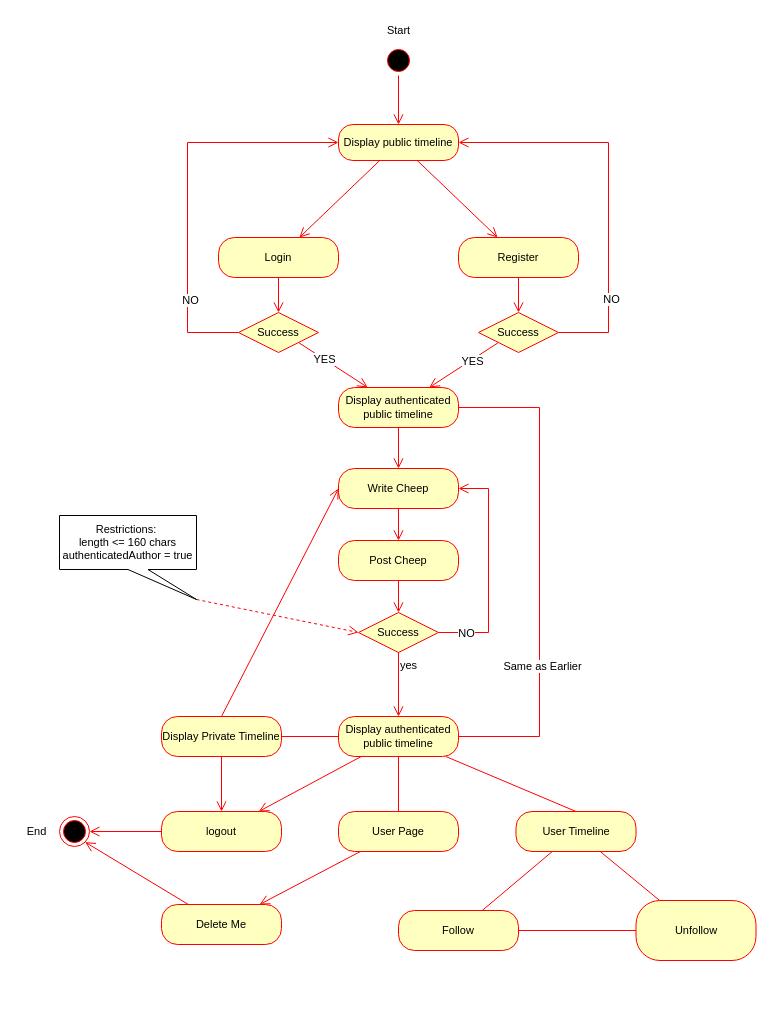
Before: docs/images/UserJourney.drawio in ITU-BDSA23-GROUP22/Chirp, a draw.io diagram. Source tidied: cells renumbered, new cells numbered last; positions are measured from the earlier drawing's top-left corner, leaving out a move shared by most shapes. Both pictures are drawn from the tidied source at 100%, with x=0, y=0 at pixel (17, 17).
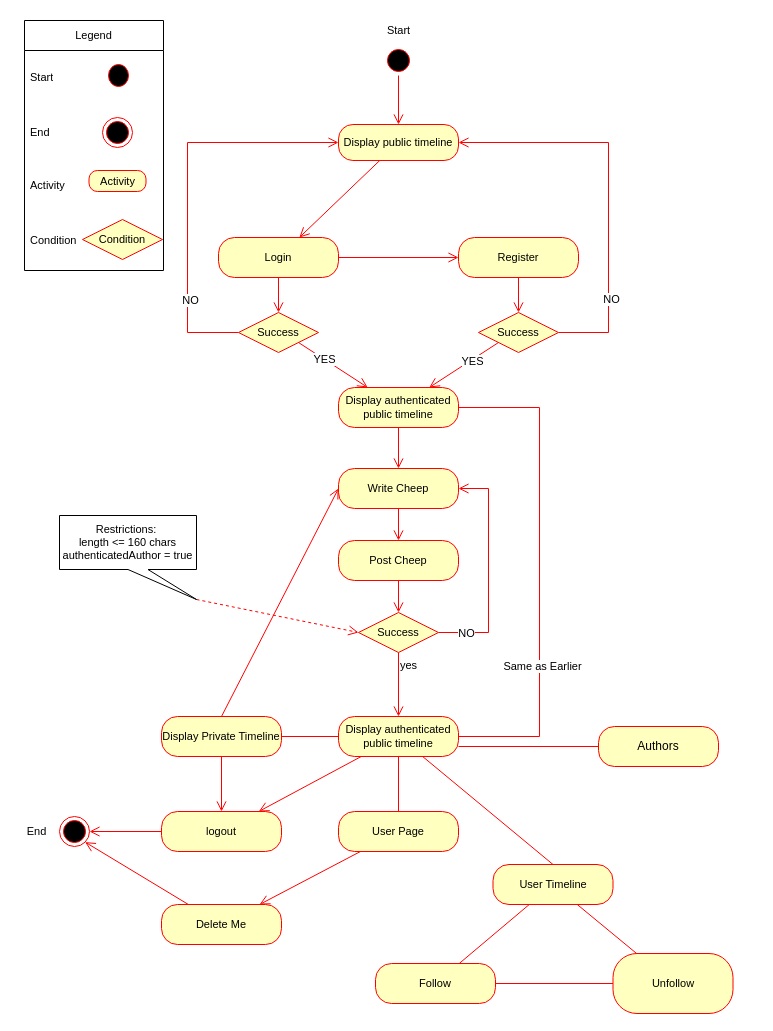
The same page after the edit.

The change refers to these unchanged cells:
```xml
<mxCell id="6" value="Display public timeline" style="rounded=1;whiteSpace=wrap;html=1;arcSize=40;fontColor=#000000;fillColor=#ffffc0;strokeColor=#ff0000;fontFamily=Helvetica;fontSize=11;" parent="1" vertex="1">
  <mxGeometry x="321" y="107" width="120" height="36" as="geometry" />
</mxCell>
<mxCell id="8" value="Login" style="rounded=1;whiteSpace=wrap;html=1;arcSize=40;fontColor=#000000;fillColor=#ffffc0;strokeColor=#ff0000;fontFamily=Helvetica;fontSize=11;" parent="1" vertex="1">
  <mxGeometry x="201" y="220" width="120" height="40" as="geometry" />
</mxCell>
<mxCell id="10" value="Register" style="rounded=1;whiteSpace=wrap;html=1;arcSize=40;fontColor=#000000;fillColor=#ffffc0;strokeColor=#ff0000;fontFamily=Helvetica;fontSize=11;" parent="1" vertex="1">
  <mxGeometry x="441" y="220" width="120" height="40" as="geometry" />
</mxCell>
<mxCell id="40" value="Display authenticated public timeline" style="rounded=1;whiteSpace=wrap;html=1;arcSize=40;fontColor=#000000;fillColor=#ffffc0;strokeColor=#ff0000;fontFamily=Helvetica;fontSize=11;" parent="1" vertex="1">
  <mxGeometry x="321" y="699" width="120" height="40" as="geometry" />
</mxCell>
```

What changed in the source:
```diff
@@
-    <mxCell id="5" style="edgeStyle=none;shape=connector;rounded=0;jettySize=auto;html=1;labelBackgroundColor=default;strokeColor=#ff0000;align=center;verticalAlign=bottom;fontFamily=Helvetica;fontSize=11;fontColor=default;endArrow=open;endSize=8;" parent="1" edge="1" source="6" target="10">
-      <mxGeometry relative="1" as="geometry" />
-    </mxCell>
@@
+    <mxCell id="58" style="edgeStyle=orthogonalEdgeStyle;rounded=0;jettySize=auto;html=1;endArrow=open;verticalAlign=bottom;strokeColor=#ff0000;endSize=8;" parent="1" edge="1" source="8" target="10">
+      <mxGeometry relative="1" as="geometry" />
+    </mxCell>
@@
+    <mxCell id="59" style="rounded=0;jettySize=auto;html=1;exitX=1;exitY=0.75;exitDx=0;exitDy=0;endArrow=none;verticalAlign=bottom;strokeColor=#ff0000;endSize=8;endFill=0;" parent="1" edge="1" source="40" target="60">
+      <mxGeometry relative="1" as="geometry" />
+    </mxCell>
@@
     <mxCell id="49" value="User Timeline" style="rounded=1;whiteSpace=wrap;html=1;arcSize=40;fontColor=#000000;fillColor=#ffffc0;strokeColor=#ff0000;fontFamily=Helvetica;fontSize=11;" parent="1" vertex="1">
-      <mxGeometry x="498.5" y="794" width="120" height="40" as="geometry" />
+      <mxGeometry x="475.5" y="847" width="120" height="40" as="geometry" />
     </mxCell>
@@
     <mxCell id="55" value="Follow" style="rounded=1;whiteSpace=wrap;html=1;arcSize=40;fontColor=#000000;fillColor=#ffffc0;strokeColor=#ff0000;fontFamily=Helvetica;fontSize=11;" parent="1" vertex="1">
-      <mxGeometry x="381" y="893" width="120" height="40" as="geometry" />
+      <mxGeometry x="358" y="946" width="120" height="40" as="geometry" />
     </mxCell>
@@
     <mxCell id="57" value="Unfollow" style="whiteSpace=wrap;html=1;fontSize=11;fillColor=#ffffc0;strokeColor=#ff0000;fontColor=#000000;rounded=1;arcSize=40;" parent="1" vertex="1">
-      <mxGeometry x="618.5" y="883" width="120" height="60" as="geometry" />
+      <mxGeometry x="595.5" y="936" width="120" height="60" as="geometry" />
     </mxCell>
+    <mxCell id="60" value="Authors" style="rounded=1;whiteSpace=wrap;html=1;arcSize=40;fontColor=#000000;fillColor=#ffffc0;strokeColor=#ff0000;" parent="1" vertex="1">
+      <mxGeometry x="581" y="709" width="120" height="40" as="geometry" />
+    </mxCell>
+    <mxCell id="61" value="Legend" style="swimlane;fontStyle=0;horizontal=1;startSize=30;whiteSpace=wrap;html=1;fontFamily=Helvetica;fontSize=11;fontColor=default;" parent="1" vertex="1">
+      <mxGeometry x="7" y="3" width="139" height="250" as="geometry" />
+    </mxCell>
+    <mxCell id="62" value="Start" style="text;strokeColor=none;fillColor=none;align=left;verticalAlign=middle;spacingLeft=4;spacingRight=4;overflow=hidden;whiteSpace=wrap;html=1;fontSize=11;fontFamily=Helvetica;fontColor=default;" parent="61" vertex="1">
+      <mxGeometry y="30" width="139" height="54" as="geometry" />
+    </mxCell>
+    <mxCell id="63" value="End" style="text;strokeColor=none;fillColor=none;align=left;verticalAlign=middle;spacingLeft=4;spacingRight=4;overflow=hidden;whiteSpace=wrap;html=1;fontSize=11;fontFamily=Helvetica;fontColor=default;" parent="61" vertex="1">
+      <mxGeometry y="84" width="139" height="56" as="geometry" />
+    </mxCell>
+    <mxCell id="64" value="Activity" style="text;strokeColor=none;fillColor=none;align=left;verticalAlign=middle;spacingLeft=4;spacingRight=4;overflow=hidden;whiteSpace=wrap;html=1;fontSize=11;fontFamily=Helvetica;fontColor=default;" parent="61" vertex="1">
+      <mxGeometry y="140" width="139" height="50" as="geometry" />
+    </mxCell>
+    <mxCell id="65" value="Condition" style="text;strokeColor=none;fillColor=none;align=left;verticalAlign=middle;spacingLeft=4;spacingRight=4;overflow=hidden;whiteSpace=wrap;html=1;fontSize=11;fontFamily=Helvetica;fontColor=default;" parent="61" vertex="1">
+      <mxGeometry y="190" width="139" height="60" as="geometry" />
+    </mxCell>
+    <mxCell id="66" style="ellipse;html=1;shape=startState;fillColor=#000000;strokeColor=#ff0000;fontFamily=Helvetica;fontSize=11;fontColor=default;" parent="1" vertex="1">
+      <mxGeometry x="87" y="43" width="28" height="30" as="geometry" />
+    </mxCell>
+    <mxCell id="67" style="ellipse;html=1;shape=endState;fillColor=#000000;strokeColor=#ff0000;fontFamily=Helvetica;fontSize=11;fontColor=default;" parent="1" vertex="1">
+      <mxGeometry x="85" y="100" width="30" height="30" as="geometry" />
+    </mxCell>
+    <mxCell id="68" value="Activity" style="rounded=1;whiteSpace=wrap;html=1;arcSize=40;fontColor=#000000;fillColor=#ffffc0;strokeColor=#ff0000;fontFamily=Helvetica;fontSize=11;" parent="1" vertex="1">
+      <mxGeometry x="71.5" y="153" width="57" height="21" as="geometry" />
+    </mxCell>
+    <mxCell id="69" value="Condition" style="rhombus;whiteSpace=wrap;html=1;fontColor=#000000;fillColor=#ffffc0;strokeColor=#ff0000;fontFamily=Helvetica;fontSize=11;" parent="1" vertex="1">
+      <mxGeometry x="65" y="202" width="80" height="40" as="geometry" />
+    </mxCell>
```
